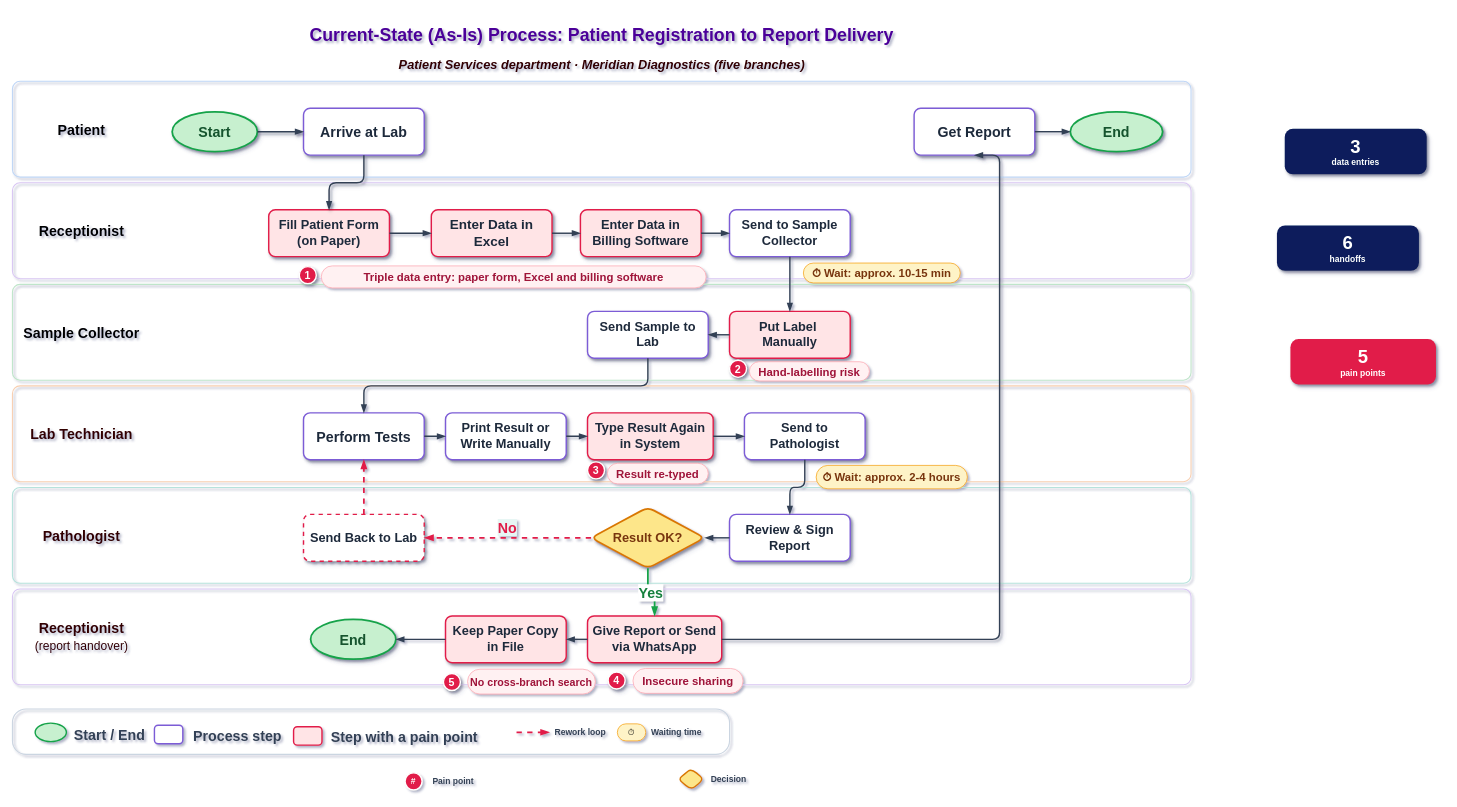
Above: Meridian-Diagnostics-Current-state-As-Is-swimlane-process-map.drawio in Moparapairayat/Meridian-Diagnostics-Current-state-As-Is-swimlane-process-map (draw.io), before the change. Source tidied: cells renumbered, new cells numbered last; positions are measured from the earlier drawing's top-left corner, leaving out a move shared by most shapes. Both pictures are drawn from the tidied source at 71%, with x=0, y=0 at pixel (12, 15).
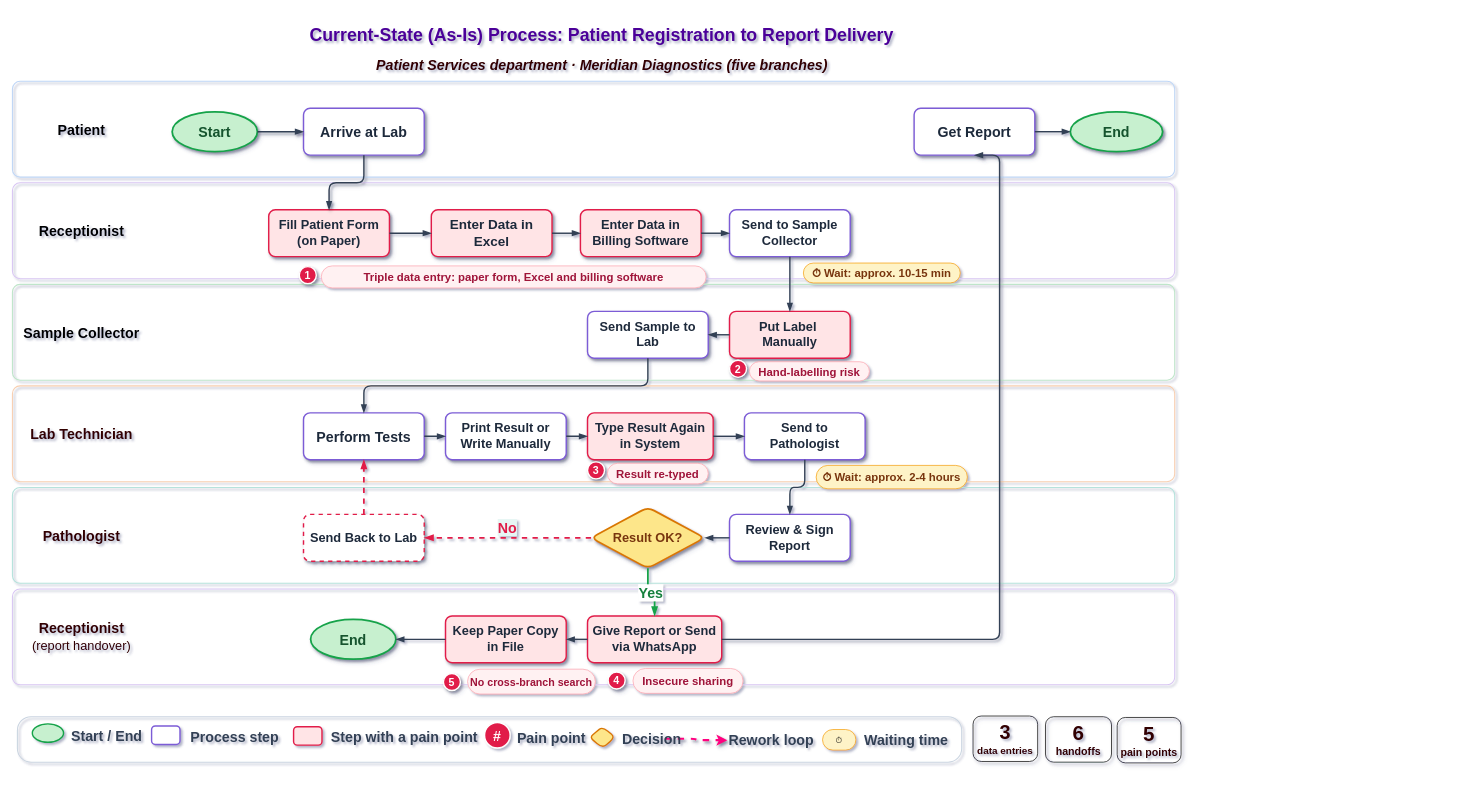
After the change.

What changed in the source:
```diff
@@
-<mxGraphModel background="light-dark(#ffffff, #121212)" shadow="1">
+<mxGraphModel shadow="1">
@@
-    <mxCell id="3" value="Patient Services department  ·  Meridian Diagnostics (five branches)" style="text;html=1;align=center;verticalAlign=middle;fontSize=18;fontStyle=3;fontColor=#330000;rounded=1;roundedPerimeter=1;" parent="1" vertex="1">
+    <mxCell id="3" value="Patient Services department  ·  Meridian Diagnostics (five branches)" style="text;html=1;align=center;verticalAlign=middle;fontSize=20;fontStyle=3;fontColor=#330000;rounded=1;roundedPerimeter=1;" parent="1" vertex="1">
       <mxGeometry x="230" y="58" width="1200" height="24" as="geometry" />
     </mxCell>
     <mxCell id="4" style="rounded=1;arcSize=8;whiteSpace=wrap;html=1;fillColor=none;strokeColor=#BFD6F6;strokeWidth=1.5;roundedPerimeter=1;" parent="1" vertex="1">
-      <mxGeometry y="93" width="1660" height="135" as="geometry" />
+      <mxGeometry y="93" width="1637" height="135" as="geometry" />
     </mxCell>
     <mxCell id="5" style="rounded=1;arcSize=8;whiteSpace=wrap;html=1;fillColor=none;strokeColor=#D8C6F3;strokeWidth=1.5;roundedPerimeter=1;" parent="1" vertex="1">
-      <mxGeometry y="236" width="1660" height="135" as="geometry" />
+      <mxGeometry y="236" width="1637" height="135" as="geometry" />
     </mxCell>
     <mxCell id="6" style="rounded=1;arcSize=8;whiteSpace=wrap;html=1;fillColor=none;strokeColor=#BFE5CA;strokeWidth=1.5;roundedPerimeter=1;" parent="1" vertex="1">
-      <mxGeometry y="379" width="1660" height="135" as="geometry" />
+      <mxGeometry y="379" width="1637" height="135" as="geometry" />
     </mxCell>
     <mxCell id="7" style="rounded=1;arcSize=8;whiteSpace=wrap;html=1;fillColor=none;strokeColor=#F8CFB0;strokeWidth=1.5;roundedPerimeter=1;" parent="1" vertex="1">
-      <mxGeometry y="522" width="1660" height="135" as="geometry" />
+      <mxGeometry y="522" width="1637" height="135" as="geometry" />
     </mxCell>
     <mxCell id="8" style="rounded=1;arcSize=8;whiteSpace=wrap;html=1;fillColor=none;strokeColor=#B5E2DC;strokeWidth=1.5;roundedPerimeter=1;" parent="1" vertex="1">
-      <mxGeometry y="665" width="1660" height="135" as="geometry" />
+      <mxGeometry y="665" width="1637" height="135" as="geometry" />
     </mxCell>
     <mxCell id="9" style="rounded=1;arcSize=8;whiteSpace=wrap;html=1;fillColor=none;strokeColor=#D8C6F3;strokeWidth=1.5;roundedPerimeter=1;" parent="1" vertex="1">
-      <mxGeometry y="808" width="1660" height="135" as="geometry" />
+      <mxGeometry y="808" width="1637" height="135" as="geometry" />
     </mxCell>
@@
-    <mxCell id="15" value="&lt;b&gt;Receptionist&lt;/b&gt;&lt;br&gt;&lt;font style=&quot;font-size: 17px;&quot;&gt;(report handover)&lt;/font&gt;" style="rounded=1;arcSize=14;whiteSpace=wrap;html=1;fillColor=none;strokeColor=none;fontColor=#330000;fontSize=20;shadow=1;roundedPerimeter=1;" parent="1" vertex="1">
+    <mxCell id="15" value="&lt;b&gt;Receptionist&lt;/b&gt;&lt;br&gt;&lt;font style=&quot;font-size: 18px;&quot;&gt;(report handover)&lt;/font&gt;" style="rounded=1;arcSize=14;whiteSpace=wrap;html=1;fillColor=none;strokeColor=none;fontColor=#330000;fontSize=20;shadow=1;roundedPerimeter=1;" parent="1" vertex="1">
       <mxGeometry x="10" y="818" width="175" height="115" as="geometry" />
     </mxCell>
@@
-    <mxCell id="68" style="rounded=1;arcSize=30;whiteSpace=wrap;html=1;fillColor=none;strokeColor=#CBD5E1;strokeWidth=1.5;roundedPerimeter=1;" parent="1" vertex="1">
-      <mxGeometry y="977" width="1010" height="64" as="geometry" />
-    </mxCell>
-    <mxCell id="69" value="&lt;font style=&quot;font-size:26px&quot;&gt;&lt;b&gt;3&lt;/b&gt;&lt;/font&gt;&lt;br&gt;data entries" style="rounded=1;arcSize=18;whiteSpace=wrap;html=1;fillColor=#0B1F5C;strokeColor=none;fontColor=#FFFFFF;fontSize=12;fontStyle=1;shadow=1;roundedPerimeter=1;" parent="1" vertex="1">
-      <mxGeometry x="1792" y="160" width="200" height="64" as="geometry" />
+    <mxCell id="69" value="&lt;font style=&quot;font-size: 28px;&quot;&gt;&lt;b&gt;3&lt;/b&gt;&lt;/font&gt;&lt;br&gt;data entries" style="rounded=1;arcSize=18;whiteSpace=wrap;html=1;fillColor=none;strokeColor=default;fontColor=#330000;fontSize=14;fontStyle=1;shadow=1;roundedPerimeter=1;glass=0;fillStyle=auto;" parent="1" vertex="1">
+      <mxGeometry x="1353" y="987" width="91" height="64" as="geometry" />
     </mxCell>
-    <mxCell id="70" value="&lt;font style=&quot;font-size:26px&quot;&gt;&lt;b&gt;6&lt;/b&gt;&lt;/font&gt;&lt;br&gt;handoffs" style="rounded=1;arcSize=18;whiteSpace=wrap;html=1;fillColor=#0B1F5C;strokeColor=none;fontColor=#FFFFFF;fontSize=12;fontStyle=1;shadow=1;roundedPerimeter=1;" parent="1" vertex="1">
-      <mxGeometry x="1781" y="296" width="200" height="64" as="geometry" />
+    <mxCell id="70" value="&lt;font style=&quot;font-size: 29px;&quot;&gt;&lt;b&gt;6&lt;/b&gt;&lt;/font&gt;&lt;br&gt;handoffs" style="rounded=1;arcSize=18;whiteSpace=wrap;html=1;fillColor=none;strokeColor=default;fontColor=#330000;fontSize=15;fontStyle=1;shadow=1;roundedPerimeter=1;" parent="1" vertex="1">
+      <mxGeometry x="1455" y="988" width="93" height="64" as="geometry" />
     </mxCell>
-    <mxCell id="71" value="&lt;font style=&quot;font-size:26px&quot;&gt;&lt;b&gt;5&lt;/b&gt;&lt;/font&gt;&lt;br&gt;pain points" style="rounded=1;arcSize=18;whiteSpace=wrap;html=1;fillColor=#E11D48;strokeColor=none;fontColor=#FFFFFF;fontSize=12;fontStyle=1;shadow=1;roundedPerimeter=1;" parent="1" vertex="1">
-      <mxGeometry x="1800" y="456" width="205" height="64" as="geometry" />
+    <mxCell id="71" value="&lt;font style=&quot;font-size: 29px;&quot;&gt;&lt;b&gt;5&lt;/b&gt;&lt;/font&gt;&lt;br&gt;pain points" style="rounded=1;arcSize=18;whiteSpace=wrap;html=1;fillColor=none;strokeColor=default;fontColor=#330000;fontSize=15;fontStyle=1;shadow=1;roundedPerimeter=1;" parent="1" vertex="1">
+      <mxGeometry x="1556" y="989" width="90" height="64" as="geometry" />
     </mxCell>
     <mxCell id="72" style="group;fontSize=13;" parent="1" vertex="1">
-      <mxGeometry x="32" y="995" width="966" height="37" as="geometry" />
+      <mxGeometry x="28" y="996" width="1350" height="56" as="geometry" />
     </mxCell>
@@
-    <mxCell id="77" style="endArrow=blockThin;endFill=1;html=1;dashed=1;strokeColor=#E11D48;strokeWidth=2.5;labelBackgroundColor=default;defaultLabelBackgroundColor=page;rounded=1;" parent="72" edge="1">
-      <mxGeometry relative="1" as="geometry">
-        <mxPoint x="678" y="15" as="sourcePoint" />
-        <mxPoint x="724" y="15" as="targetPoint" />
-      </mxGeometry>
-    </mxCell>
+    <mxCell id="68" style="rounded=1;arcSize=30;whiteSpace=wrap;html=1;fillColor=none;strokeColor=#CBD5E1;strokeWidth=1.5;roundedPerimeter=1;" parent="72" vertex="1">
+      <mxGeometry x="-21" y="-8" width="1330" height="64" as="geometry" />
+    </mxCell>
+    <mxCell id="86" style="rhombus;whiteSpace=wrap;html=1;fillColor=#FDE68A;strokeColor=#D97706;strokeWidth=2;rounded=1;roundedPerimeter=1;" parent="72" vertex="1">
+      <mxGeometry x="785" y="6" width="36" height="30" as="geometry" />
+    </mxCell>
+    <mxCell id="87" style="edgeStyle=orthogonalEdgeStyle;rounded=1;jettySize=auto;html=1;defaultLabelBackgroundColor=page;flowAnimation=0;dashed=1;shadow=1;labelPlacement=auto;strokeWidth=3;entryX=0;entryY=0.5;entryDx=0;entryDy=0;strokeColor=#FF0080;" parent="72" edge="1" source="84" target="78">
+      <mxGeometry x="0.04" relative="1" as="geometry" />
+    </mxCell>
+    <mxCell id="84" value="Decision" style="text;html=1;align=left;verticalAlign=middle;fontStyle=1;fontSize=20;fontColor=#334155;rounded=1;roundedPerimeter=1;" parent="72" vertex="1">
+      <mxGeometry x="829" y="10" width="62" height="26" as="geometry" />
+    </mxCell>
-    <mxCell id="78" value="Rework loop" style="text;html=1;align=left;verticalAlign=middle;fontStyle=1;fontSize=12;fontColor=#334155;rounded=1;roundedPerimeter=1;" parent="72" vertex="1">
-      <mxGeometry x="730" y="2" width="86" height="26" as="geometry" />
+    <mxCell id="78" value="Rework loop" style="text;html=1;align=left;verticalAlign=middle;fontStyle=1;fontSize=20;fontColor=#334155;rounded=1;roundedPerimeter=1;" parent="72" vertex="1">
+      <mxGeometry x="979" y="12" width="86" height="26" as="geometry" />
     </mxCell>
     <mxCell id="79" value="⏱" style="rounded=1;arcSize=50;whiteSpace=wrap;html=1;fillColor=#FEF3C7;strokeColor=#F59E0B;fontSize=12;roundedPerimeter=1;" parent="72" vertex="1">
-      <mxGeometry x="820" y="3" width="40" height="24" as="geometry" />
+      <mxGeometry x="1113" y="10" width="47" height="29" as="geometry" />
     </mxCell>
-    <mxCell id="80" value="Waiting time" style="text;html=1;align=left;verticalAlign=middle;fontStyle=1;fontSize=12;fontColor=#334155;rounded=1;roundedPerimeter=1;" parent="72" vertex="1">
-      <mxGeometry x="866" y="2" width="100" height="26" as="geometry" />
+    <mxCell id="80" value="Waiting time" style="text;html=1;align=left;verticalAlign=middle;fontStyle=1;fontSize=20;fontColor=#334155;rounded=1;roundedPerimeter=1;" parent="72" vertex="1">
+      <mxGeometry x="1170" y="12" width="100" height="26" as="geometry" />
     </mxCell>
@@
-    <mxCell id="82" value="#" style="ellipse;whiteSpace=wrap;html=1;fillColor=#E11D48;strokeColor=#FFFFFF;strokeWidth=2;fontColor=#FFFFFF;fontStyle=1;fontSize=12;rounded=1;roundedPerimeter=1;" parent="1" vertex="1">
-      <mxGeometry x="553" y="1067" width="24" height="24" as="geometry" />
+    <mxCell id="82" value="#" style="ellipse;whiteSpace=wrap;html=1;fillColor=#E11D48;strokeColor=#FFFFFF;strokeWidth=2;fontColor=#FFFFFF;fontStyle=1;fontSize=20;rounded=1;roundedPerimeter=1;" parent="1" vertex="1">
+      <mxGeometry x="665" y="996" width="36" height="36" as="geometry" />
     </mxCell>
-    <mxCell id="83" value="Pain point" style="text;html=1;align=left;verticalAlign=middle;fontStyle=1;fontSize=12;fontColor=#334155;rounded=1;roundedPerimeter=1;" parent="1" vertex="1">
-      <mxGeometry x="590" y="1066" width="72" height="26" as="geometry" />
+    <mxCell id="83" value="Pain point" style="text;html=1;align=left;verticalAlign=middle;fontStyle=1;fontSize=20;fontColor=#334155;rounded=1;roundedPerimeter=1;" parent="1" vertex="1">
+      <mxGeometry x="709" y="1004" width="72" height="26" as="geometry" />
     </mxCell>
-    <mxCell id="84" value="Decision" style="text;html=1;align=left;verticalAlign=middle;fontStyle=1;fontSize=12;fontColor=#334155;rounded=1;roundedPerimeter=1;" parent="1" vertex="1">
-      <mxGeometry x="982" y="1064" width="62" height="26" as="geometry" />
-    </mxCell>
@@
-    <mxCell id="86" style="rhombus;whiteSpace=wrap;html=1;fillColor=#FDE68A;strokeColor=#D97706;strokeWidth=2;rounded=1;roundedPerimeter=1;" parent="1" vertex="1">
-      <mxGeometry x="938" y="1061" width="36" height="30" as="geometry" />
-    </mxCell>
```
